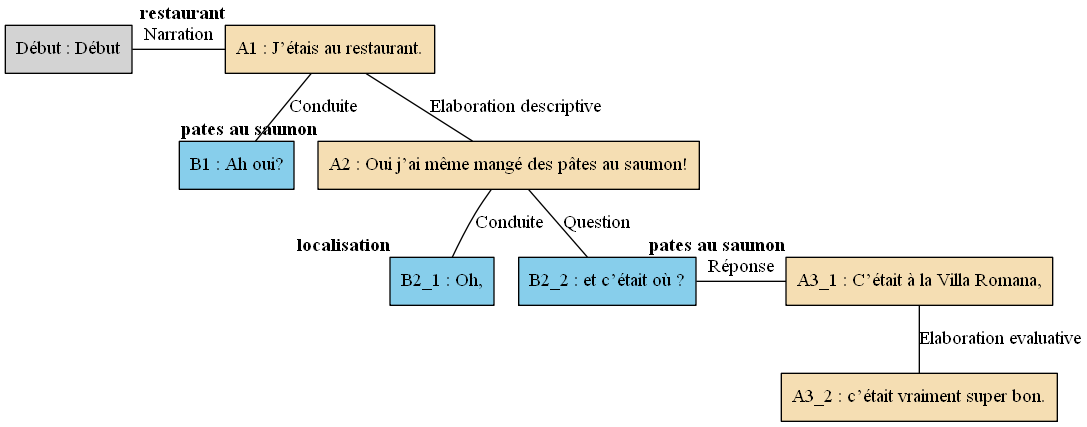
Above: arbres/Bac_a_sable/Bac_a_sable_-_A07.gv.png in AlaixComet/AnnotationSlamPTut (Graphviz), before the change. Its source is kept beside it as arbres/Bac_a_sable/Bac_a_sable_-_A07.gv.
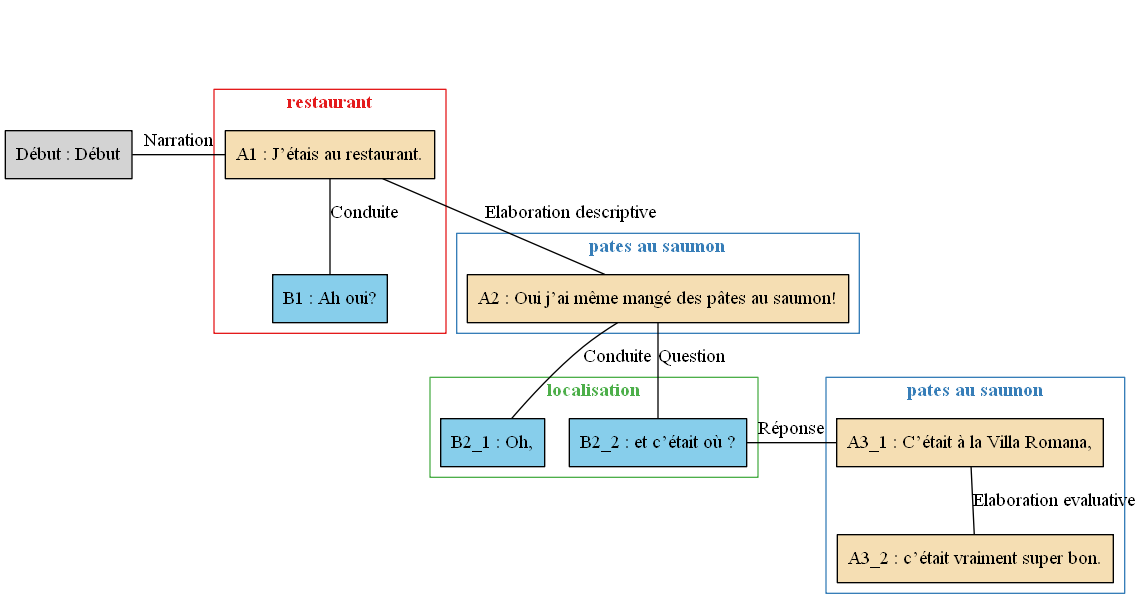
Above is the later version.

Change to the diagram source:
```diff
@@ -1,28 +1,54 @@
 digraph A07 {
 	node [shape=box style=filled]
-	"Début" [label="Début : Début" xlabel=""]
-	A1 [label="A1 : J’étais au restaurant." fillcolor=wheat xlabel=<<B>restaurant</B>>]
-	B1 [label="B1 : Ah oui?" fillcolor=skyblue xlabel=""]
-	A2 [label="A2 : Oui j’ai même mangé des pâtes au saumon!" fillcolor=wheat xlabel=<<B>pates au saumon</B>>]
-	B2_1 [label="B2_1 : Oh," fillcolor=skyblue xlabel=<<B>localisation</B>>]
-	B2_2 [label="B2_2 : et c’était où ?" fillcolor=skyblue xlabel=""]
-	A3_1 [label="A3_1 : C’était à la Villa Romana," fillcolor=wheat xlabel=<<B>pates au saumon</B>>]
-	A3_2 [label="A3_2 : c’était vraiment super bon." fillcolor=wheat xlabel=""]
-	{
-		rank=same
-		"Début"
+	newrank=true
+	zero [style=invis]
+	"Début" [label="Début : Début"]
+	A1 [label="A1 : J’étais au restaurant." fillcolor=wheat]
+	B1 [label="B1 : Ah oui?" fillcolor=skyblue]
+	A2 [label="A2 : Oui j’ai même mangé des pâtes au saumon!" fillcolor=wheat]
+	B2_1 [label="B2_1 : Oh," fillcolor=skyblue]
+	B2_2 [label="B2_2 : et c’était où ?" fillcolor=skyblue]
+	A3_1 [label="A3_1 : C’était à la Villa Romana," fillcolor=wheat]
+	A3_2 [label="A3_2 : c’était vraiment super bon." fillcolor=wheat]
+	zero -> "Début" [label="" style=invis]
+	zero -> A1 [style=invis weight=1]
+	"Début" -> A1 [label=Narration constraint=false dir=none]
+	A1 -> B1 [label=Conduite dir=none weight=2]
+	A1 -> A2 [label="Elaboration descriptive" dir=none weight=2]
+	A2 -> B2_1 [label=Conduite dir=none weight=2]
+	A2 -> B2_2 [label=Question dir=none weight=2]
+	A2 -> A3_1 [style=invis weight=1]
+	B2_2 -> A3_1 [label="Réponse" constraint=false dir=none]
+	A3_1 -> A3_2 [label="Elaboration evaluative" dir=none weight=2]
+	subgraph cluster_1 {
+		label=<<B>restaurant</B>>
+		colorscheme=set19
+		color=1
+		fontcolor=1
 		A1
-		"Début" -> A1 [label=Narration dir=none]
+		B1
 	}
-	A1 -> B1 [label=Conduite dir=none]
-	A1 -> A2 [label="Elaboration descriptive" dir=none]
-	A2 -> B2_1 [label=Conduite dir=none]
-	A2 -> B2_2 [label=Question dir=none]
-	{
-		rank=same
+	subgraph cluster_2 {
+		label=<<B>pates au saumon</B>>
+		colorscheme=set19
+		color=2
+		fontcolor=2
+		A2
+	}
+	subgraph cluster_3 {
+		label=<<B>localisation</B>>
+		colorscheme=set19
+		color=3
+		fontcolor=3
+		B2_1
 		B2_2
+	}
+	subgraph cluster_4 {
+		label=<<B>pates au saumon</B>>
+		colorscheme=set19
+		color=2
+		fontcolor=2
 		A3_1
-		B2_2 -> A3_1 [label="Réponse" dir=none]
+		A3_2
 	}
-	A3_1 -> A3_2 [label="Elaboration evaluative" dir=none]
 }
```
